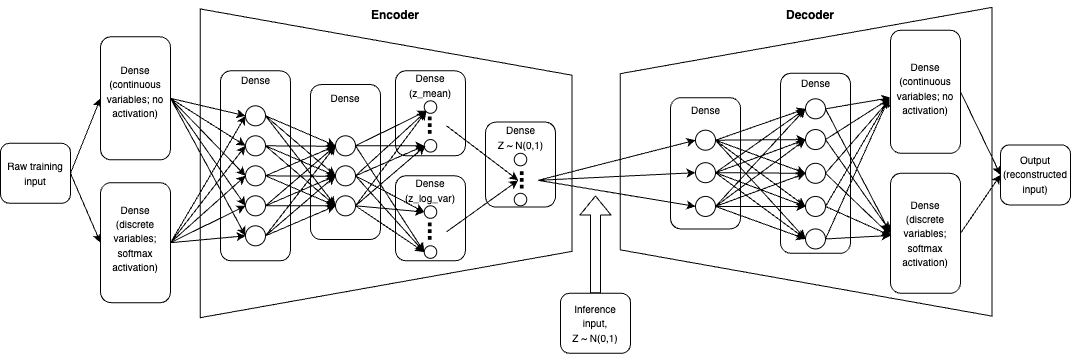
This is documentation/architecture.png from tjurjevich/synthetic_patient_generation, a draw.io export, as it was before one commit. Source tidied: cells renumbered, new cells last; positions are measured from the earlier drawing's top-left corner, leaving out a move shared by most shapes.
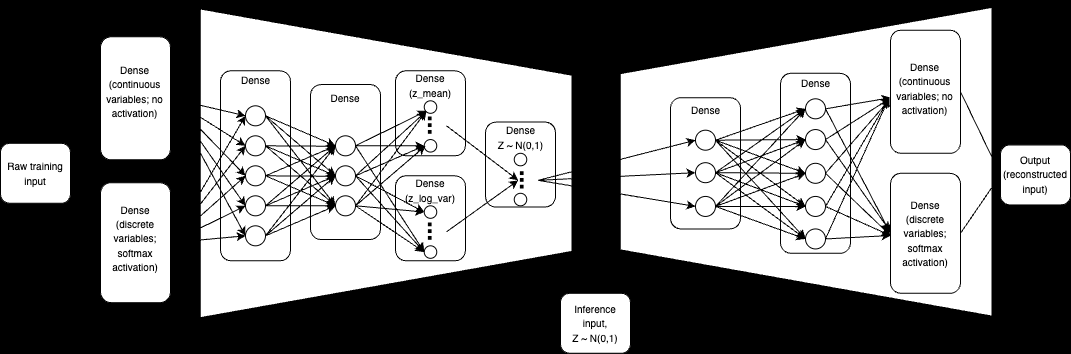
The same diagram one commit later.

Diff of the diagram source:
```diff
@@ -1,4 +1,4 @@
-<mxGraphModel background="#ffffff">
+<mxGraphModel background="light-dark(#99CCFF,#99CCFF)">
   <root>
     <mxCell id="0" />
     <mxCell id="1" parent="0" />
```
